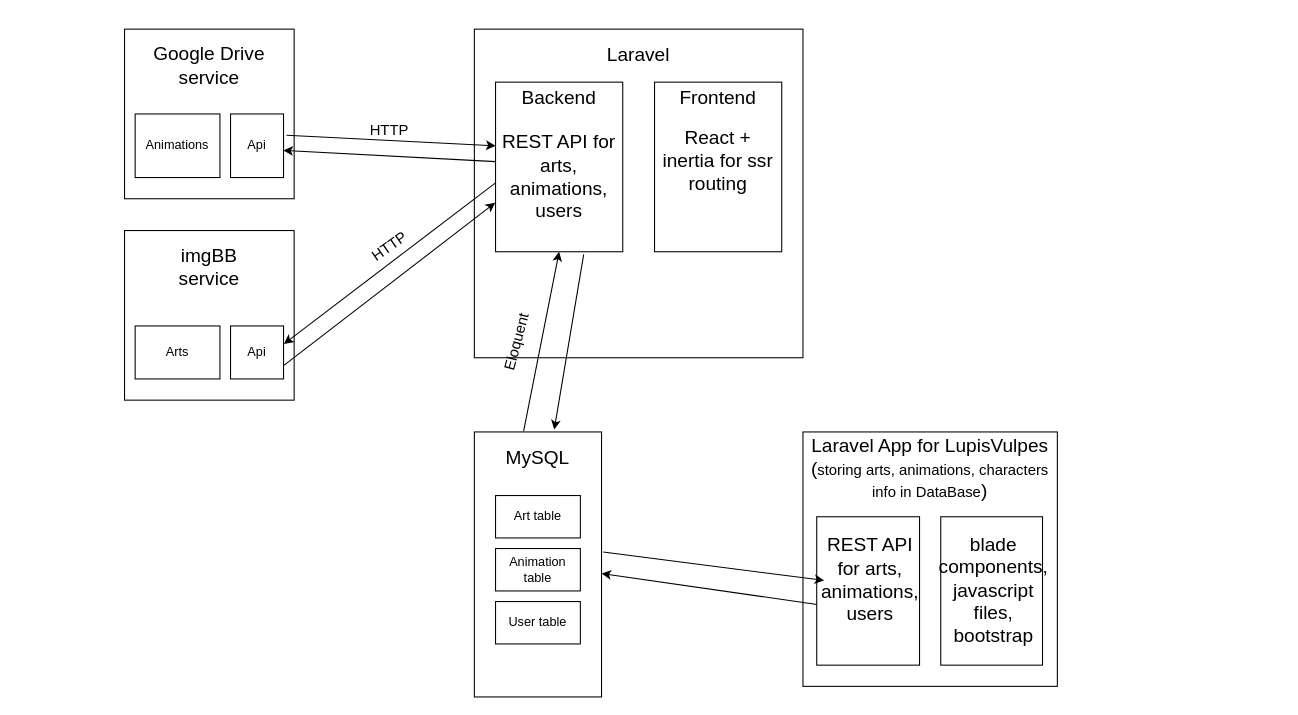
Before: LupisVulpes.drawio in Alec-litho/LupisVulpes, a draw.io diagram. Source tidied: cells renumbered, new cells numbered last; positions are measured from the earlier drawing's top-left corner, leaving out a move shared by most shapes. Both pictures are drawn from the tidied source at 106%, with x=0, y=0 at pixel (124, 18).
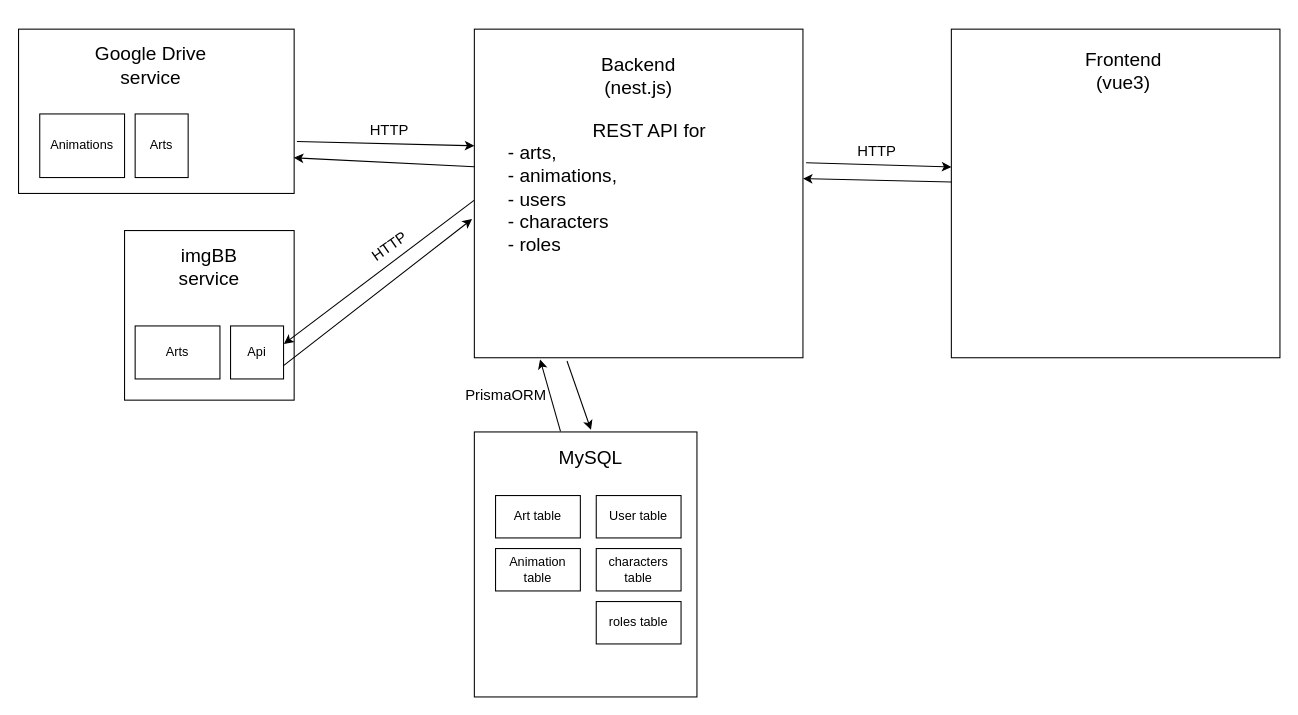
Above is the later version.

The change refers to these unchanged cells:
```xml
<mxCell id="2" style="whiteSpace=wrap;html=1;" parent="1" vertex="1">
  <mxGeometry x="330" y="10" width="310" height="310" as="geometry" />
</mxCell>
<mxCell id="23" value="Api" style="rounded=0;whiteSpace=wrap;html=1;" parent="1" vertex="1">
  <mxGeometry x="100" y="290" width="50" height="50" as="geometry" />
</mxCell>
```

What changed in the source:
```diff
@@
-    <mxCell id="3" value="&lt;font style=&quot;font-size: 18px;&quot;&gt;Laravel&lt;/font&gt;" style="text;strokeColor=none;align=center;fillColor=none;html=1;verticalAlign=middle;whiteSpace=wrap;rounded=0;" parent="1" vertex="1">
-      <mxGeometry x="430" width="110" height="70" as="geometry" />
+    <mxCell id="3" value="&lt;font style=&quot;font-size: 18px;&quot;&gt;Backend (nest.js)&lt;/font&gt;" style="text;strokeColor=none;align=center;fillColor=none;html=1;verticalAlign=middle;whiteSpace=wrap;rounded=0;" parent="1" vertex="1">
+      <mxGeometry x="430" y="20" width="110" height="70" as="geometry" />
     </mxCell>
-    <mxCell id="4" style="rounded=0;whiteSpace=wrap;html=1;" parent="1" vertex="1">
-      <mxGeometry x="350" y="60" width="120" height="160" as="geometry" />
-    </mxCell>
-    <mxCell id="5" value="&lt;span style=&quot;font-size: 18px;&quot;&gt;Backend&lt;/span&gt;" style="text;strokeColor=none;align=center;fillColor=none;html=1;verticalAlign=middle;whiteSpace=wrap;rounded=0;" parent="1" vertex="1">
-      <mxGeometry x="355" y="40" width="110" height="70" as="geometry" />
-    </mxCell>
-    <mxCell id="6" style="rounded=0;whiteSpace=wrap;html=1;" parent="1" vertex="1">
-      <mxGeometry x="500" y="60" width="120" height="160" as="geometry" />
-    </mxCell>
-    <mxCell id="7" value="&lt;span style=&quot;font-size: 18px;&quot;&gt;Frontend&lt;/span&gt;" style="text;strokeColor=none;align=center;fillColor=none;html=1;verticalAlign=middle;whiteSpace=wrap;rounded=0;" parent="1" vertex="1">
-      <mxGeometry x="505" y="40" width="110" height="70" as="geometry" />
-    </mxCell>
-    <mxCell id="8" value="&lt;span style=&quot;font-size: 18px;&quot;&gt;React + inertia for ssr routing&lt;/span&gt;" style="text;strokeColor=none;align=center;fillColor=none;html=1;verticalAlign=middle;whiteSpace=wrap;rounded=0;" parent="1" vertex="1">
-      <mxGeometry x="505" y="100" width="110" height="70" as="geometry" />
-    </mxCell>
-    <mxCell id="9" value="&lt;span style=&quot;font-size: 18px;&quot;&gt;REST API for arts, animations,&lt;/span&gt;&lt;div&gt;&lt;span style=&quot;font-size: 18px;&quot;&gt;users&lt;/span&gt;&lt;/div&gt;" style="text;strokeColor=none;align=center;fillColor=none;html=1;verticalAlign=middle;whiteSpace=wrap;rounded=0;" parent="1" vertex="1">
-      <mxGeometry x="355" y="100" width="110" height="100" as="geometry" />
+    <mxCell id="9" value="&lt;div style=&quot;&quot;&gt;&lt;span style=&quot;font-size: 18px; background-color: initial;&quot;&gt;&lt;span style=&quot;white-space: pre;&quot;&gt;&#9;&lt;/span&gt;&lt;span style=&quot;white-space: pre;&quot;&gt;&#9;&lt;/span&gt;REST API for&amp;nbsp;&lt;/span&gt;&lt;/div&gt;&lt;div style=&quot;&quot;&gt;&lt;span style=&quot;font-size: 18px;&quot;&gt;- arts,&amp;nbsp;&lt;/span&gt;&lt;/div&gt;&lt;div&gt;&lt;div style=&quot;&quot;&gt;&lt;span style=&quot;font-size: 18px; background-color: initial;&quot;&gt;- animations,&lt;/span&gt;&lt;/div&gt;&lt;div style=&quot;&quot;&gt;&lt;span style=&quot;font-size: 18px;&quot;&gt;- users&lt;/span&gt;&lt;/div&gt;&lt;/div&gt;&lt;div style=&quot;&quot;&gt;&lt;span style=&quot;font-size: 18px;&quot;&gt;- characters&lt;/span&gt;&lt;/div&gt;&lt;div style=&quot;&quot;&gt;&lt;span style=&quot;font-size: 18px;&quot;&gt;- roles&lt;/span&gt;&lt;/div&gt;" style="text;strokeColor=none;align=left;fillColor=none;html=1;verticalAlign=middle;whiteSpace=wrap;rounded=0;" parent="1" vertex="1">
+      <mxGeometry x="360" y="60" width="250" height="200" as="geometry" />
     </mxCell>
-    <mxCell id="10" style="whiteSpace=wrap;html=1;" parent="1" vertex="1">
-      <mxGeometry y="10" width="160" height="160" as="geometry" />
-    </mxCell>
-    <mxCell id="11" value="&lt;span style=&quot;font-size: 18px;&quot;&gt;Google Drive service&lt;/span&gt;" style="text;strokeColor=none;align=center;fillColor=none;html=1;verticalAlign=middle;whiteSpace=wrap;rounded=0;" parent="1" vertex="1">
-      <mxGeometry x="25" y="10" width="110" height="70" as="geometry" />
-    </mxCell>
-    <mxCell id="12" value="Animations" style="rounded=0;whiteSpace=wrap;html=1;" parent="1" vertex="1">
-      <mxGeometry x="10" y="90" width="80" height="60" as="geometry" />
-    </mxCell>
@@
     <mxCell id="16" style="rounded=0;whiteSpace=wrap;html=1;" parent="1" vertex="1">
-      <mxGeometry x="330" y="390" width="120" height="250" as="geometry" />
+      <mxGeometry x="330" y="390" width="210" height="250" as="geometry" />
     </mxCell>
     <mxCell id="17" value="&lt;font style=&quot;font-size: 18px;&quot;&gt;MySQL&lt;/font&gt;" style="text;strokeColor=none;align=center;fillColor=none;html=1;verticalAlign=middle;whiteSpace=wrap;rounded=0;" parent="1" vertex="1">
-      <mxGeometry x="360" y="400" width="60" height="30" as="geometry" />
+      <mxGeometry x="410" y="400" width="60" height="30" as="geometry" />
     </mxCell>
@@
     <mxCell id="20" value="User table" style="rounded=0;whiteSpace=wrap;html=1;" parent="1" vertex="1">
-      <mxGeometry x="350" y="550" width="80" height="40" as="geometry" />
+      <mxGeometry x="445" y="450" width="80" height="40" as="geometry" />
     </mxCell>
-    <mxCell id="21" style="endArrow=classic;html=1;rounded=0;entryX=0.997;entryY=0.574;entryDx=0;entryDy=0;entryPerimeter=0;" parent="1" edge="1" target="22">
-      <mxGeometry relative="1" as="geometry">
-        <mxPoint x="350" y="135" as="sourcePoint" />
-      </mxGeometry>
-    </mxCell>
-    <mxCell id="22" value="Api" style="rounded=0;whiteSpace=wrap;html=1;" parent="1" vertex="1">
-      <mxGeometry x="100" y="90" width="50" height="60" as="geometry" />
-    </mxCell>
@@
-    <mxCell id="24" style="endArrow=classic;html=1;rounded=0;exitX=0;exitY=0.594;exitDx=0;exitDy=0;entryX=1.007;entryY=0.339;entryDx=0;entryDy=0;exitPerimeter=0;entryPerimeter=0;" parent="1" edge="1" source="4" target="23">
+    <mxCell id="24" style="endArrow=classic;html=1;rounded=0;exitX=-0.001;exitY=0.521;exitDx=0;exitDy=0;entryX=1.007;entryY=0.339;entryDx=0;entryDy=0;exitPerimeter=0;entryPerimeter=0;" parent="1" edge="1" source="2" target="23">
       <mxGeometry relative="1" as="geometry" />
     </mxCell>
-    <mxCell id="25" style="endArrow=classic;html=1;rounded=0;exitX=1.058;exitY=0.334;exitDx=0;exitDy=0;exitPerimeter=0;entryX=0;entryY=0.375;entryDx=0;entryDy=0;entryPerimeter=0;" parent="1" edge="1" source="22" target="4">
-      <mxGeometry relative="1" as="geometry" />
-    </mxCell>
-    <mxCell id="26" style="endArrow=classic;html=1;rounded=0;exitX=1;exitY=0.75;exitDx=0;exitDy=0;entryX=-0.003;entryY=0.711;entryDx=0;entryDy=0;entryPerimeter=0;" parent="1" edge="1" source="23" target="4">
+    <mxCell id="26" style="endArrow=classic;html=1;rounded=0;exitX=1;exitY=0.75;exitDx=0;exitDy=0;entryX=-0.007;entryY=0.578;entryDx=0;entryDy=0;entryPerimeter=0;" parent="1" edge="1" source="23" target="2">
       <mxGeometry relative="1" as="geometry" />
     </mxCell>
-    <mxCell id="27" style="endArrow=classic;html=1;rounded=0;exitX=0.693;exitY=1.015;exitDx=0;exitDy=0;entryX=0.628;entryY=-0.009;entryDx=0;entryDy=0;exitPerimeter=0;entryPerimeter=0;" parent="1" edge="1" source="4" target="16">
+    <mxCell id="27" style="endArrow=classic;html=1;rounded=0;exitX=0.282;exitY=1.01;exitDx=0;exitDy=0;entryX=0.524;entryY=-0.008;entryDx=0;entryDy=0;exitPerimeter=0;entryPerimeter=0;" parent="1" edge="1" source="2" target="16">
       <mxGeometry relative="1" as="geometry" />
     </mxCell>
-    <mxCell id="28" style="endArrow=classic;html=1;rounded=0;exitX=0.387;exitY=-0.002;exitDx=0;exitDy=0;entryX=0.5;entryY=1;entryDx=0;entryDy=0;exitPerimeter=0;" parent="1" edge="1" source="16" target="4">
+    <mxCell id="28" style="endArrow=classic;html=1;rounded=0;exitX=0.387;exitY=-0.002;exitDx=0;exitDy=0;entryX=0.2;entryY=1.005;entryDx=0;entryDy=0;exitPerimeter=0;entryPerimeter=0;" parent="1" edge="1" source="16" target="2">
       <mxGeometry relative="1" as="geometry" />
     </mxCell>
@@
-    <mxCell id="31" value="&lt;font style=&quot;font-size: 14px;&quot;&gt;Eloquent&lt;/font&gt;" style="text;strokeColor=none;align=center;fillColor=none;html=1;verticalAlign=middle;whiteSpace=wrap;rounded=0;rotation=-75;" parent="1" vertex="1">
-      <mxGeometry x="340" y="290" width="60" height="30" as="geometry" />
+    <mxCell id="31" value="&lt;font style=&quot;font-size: 14px;&quot;&gt;PrismaORM&lt;/font&gt;" style="text;strokeColor=none;align=center;fillColor=none;html=1;verticalAlign=middle;whiteSpace=wrap;rounded=0;rotation=0;" parent="1" vertex="1">
+      <mxGeometry x="320" y="340" width="80" height="30" as="geometry" />
     </mxCell>
-    <mxCell id="32" style="whiteSpace=wrap;html=1;" parent="1" vertex="1">
-      <mxGeometry x="640" y="390" width="240" height="240" as="geometry" />
-    </mxCell>
-    <mxCell id="33" value="&lt;font style=&quot;font-size: 18px;&quot;&gt;Laravel App for LupisVulpes&lt;/font&gt;&lt;div&gt;&lt;font style=&quot;font-size: 18px;&quot;&gt;(&lt;/font&gt;&lt;font style=&quot;font-size: 14px;&quot;&gt;storing arts, animations, characters info in DataBase&lt;/font&gt;&lt;font style=&quot;font-size: 18px;&quot;&gt;)&lt;/font&gt;&lt;/div&gt;" style="text;strokeColor=none;align=center;fillColor=none;html=1;verticalAlign=middle;whiteSpace=wrap;rounded=0;" parent="1" vertex="1">
-      <mxGeometry x="640" y="350" width="240" height="150" as="geometry" />
-    </mxCell>
-    <mxCell id="34" style="rounded=0;whiteSpace=wrap;html=1;" parent="1" vertex="1">
-      <mxGeometry x="653" y="470" width="97" height="140" as="geometry" />
-    </mxCell>
-    <mxCell id="35" style="rounded=0;whiteSpace=wrap;html=1;" parent="1" vertex="1">
-      <mxGeometry x="770" y="470" width="96" height="140" as="geometry" />
-    </mxCell>
-    <mxCell id="36" value="&lt;span style=&quot;font-size: 18px;&quot;&gt;blade components, javascript files, bootstrap&lt;/span&gt;" style="text;strokeColor=none;align=center;fillColor=none;html=1;verticalAlign=middle;whiteSpace=wrap;rounded=0;" parent="1" vertex="1">
-      <mxGeometry x="770" y="470" width="100" height="140" as="geometry" />
-    </mxCell>
-    <mxCell id="37" value="&lt;span style=&quot;font-size: 18px;&quot;&gt;REST API for arts, animations,&lt;/span&gt;&lt;div&gt;&lt;span style=&quot;font-size: 18px;&quot;&gt;users&lt;/span&gt;&lt;/div&gt;" style="text;strokeColor=none;align=center;fillColor=none;html=1;verticalAlign=middle;whiteSpace=wrap;rounded=0;" parent="1" vertex="1">
-      <mxGeometry x="665" y="485" width="77" height="90" as="geometry" />
-    </mxCell>
-    <mxCell id="38" style="endArrow=classic;html=1;rounded=0;exitX=0.002;exitY=0.591;exitDx=0;exitDy=0;exitPerimeter=0;" parent="1" edge="1" source="34" target="16">
-      <mxGeometry relative="1" as="geometry" />
-    </mxCell>
-    <mxCell id="39" style="endArrow=classic;html=1;rounded=0;exitX=1.013;exitY=0.453;exitDx=0;exitDy=0;entryX=0.072;entryY=0.429;entryDx=0;entryDy=0;exitPerimeter=0;entryPerimeter=0;" parent="1" edge="1" source="16" target="34">
-      <mxGeometry relative="1" as="geometry" />
-    </mxCell>
+    <mxCell id="40" style="rounded=0;whiteSpace=wrap;html=1;" parent="1" vertex="1">
+      <mxGeometry x="-100" y="10" width="260" height="155" as="geometry" />
+    </mxCell>
+    <mxCell id="41" style="whiteSpace=wrap;html=1;" parent="1" vertex="1">
+      <mxGeometry x="780" y="10" width="310" height="310" as="geometry" />
+    </mxCell>
+    <mxCell id="42" value="&lt;div&gt;&lt;span style=&quot;font-size: 18px;&quot;&gt;Frontend&lt;/span&gt;&lt;/div&gt;&lt;div&gt;&lt;span style=&quot;font-size: 18px;&quot;&gt;(vue3)&lt;/span&gt;&lt;/div&gt;" style="text;strokeColor=none;align=center;fillColor=none;html=1;verticalAlign=middle;whiteSpace=wrap;rounded=0;" parent="1" vertex="1">
+      <mxGeometry x="880" y="20" width="125" height="60" as="geometry" />
+    </mxCell>
+    <mxCell id="11" value="&lt;span style=&quot;font-size: 18px;&quot;&gt;Google Drive service&lt;/span&gt;" style="text;strokeColor=none;align=center;fillColor=none;html=1;verticalAlign=middle;whiteSpace=wrap;rounded=0;" parent="1" vertex="1">
+      <mxGeometry x="-30" y="10" width="110" height="70" as="geometry" />
+    </mxCell>
+    <mxCell id="12" value="Animations" style="rounded=0;whiteSpace=wrap;html=1;" parent="1" vertex="1">
+      <mxGeometry x="-80" y="90" width="80" height="60" as="geometry" />
+    </mxCell>
+    <mxCell id="22" value="Arts" style="rounded=0;whiteSpace=wrap;html=1;" parent="1" vertex="1">
+      <mxGeometry x="10" y="90" width="50" height="60" as="geometry" />
+    </mxCell>
+    <mxCell id="21" style="endArrow=classic;html=1;rounded=0;entryX=0.999;entryY=0.783;entryDx=0;entryDy=0;entryPerimeter=0;exitX=0;exitY=0.419;exitDx=0;exitDy=0;exitPerimeter=0;" parent="1" edge="1" source="2" target="40">
+      <mxGeometry relative="1" as="geometry" />
+    </mxCell>
+    <mxCell id="25" style="endArrow=classic;html=1;rounded=0;entryX=0;entryY=0.355;entryDx=0;entryDy=0;entryPerimeter=0;exitX=1.01;exitY=0.684;exitDx=0;exitDy=0;exitPerimeter=0;" parent="1" edge="1" source="40" target="2">
+      <mxGeometry relative="1" as="geometry" />
+    </mxCell>
+    <mxCell id="43" value="characters&lt;div&gt;table&lt;/div&gt;" style="rounded=0;whiteSpace=wrap;html=1;" parent="1" vertex="1">
+      <mxGeometry x="445" y="500" width="80" height="40" as="geometry" />
+    </mxCell>
+    <mxCell id="44" value="roles&amp;nbsp;&lt;span style=&quot;background-color: initial;&quot;&gt;table&lt;/span&gt;" style="rounded=0;whiteSpace=wrap;html=1;" parent="1" vertex="1">
+      <mxGeometry x="445" y="550" width="80" height="40" as="geometry" />
+    </mxCell>
+    <mxCell id="45" value="&lt;font style=&quot;font-size: 14px;&quot;&gt;HTTP&lt;/font&gt;" style="text;strokeColor=none;align=center;fillColor=none;html=1;verticalAlign=middle;whiteSpace=wrap;rounded=0;rotation=0;" parent="1" vertex="1">
+      <mxGeometry x="680" y="110" width="60" height="30" as="geometry" />
+    </mxCell>
+    <mxCell id="46" style="endArrow=classic;html=1;rounded=0;entryX=0.999;entryY=0.783;entryDx=0;entryDy=0;entryPerimeter=0;exitX=0.001;exitY=0.465;exitDx=0;exitDy=0;exitPerimeter=0;" parent="1" edge="1" source="41">
+      <mxGeometry relative="1" as="geometry">
+        <mxPoint x="640" y="151" as="targetPoint" />
+      </mxGeometry>
+    </mxCell>
+    <mxCell id="47" style="endArrow=classic;html=1;rounded=0;exitX=1.01;exitY=0.684;exitDx=0;exitDy=0;exitPerimeter=0;" parent="1" edge="1">
+      <mxGeometry relative="1" as="geometry">
+        <mxPoint x="643" y="136" as="sourcePoint" />
+        <mxPoint x="780" y="140" as="targetPoint" />
+      </mxGeometry>
+    </mxCell>
```
